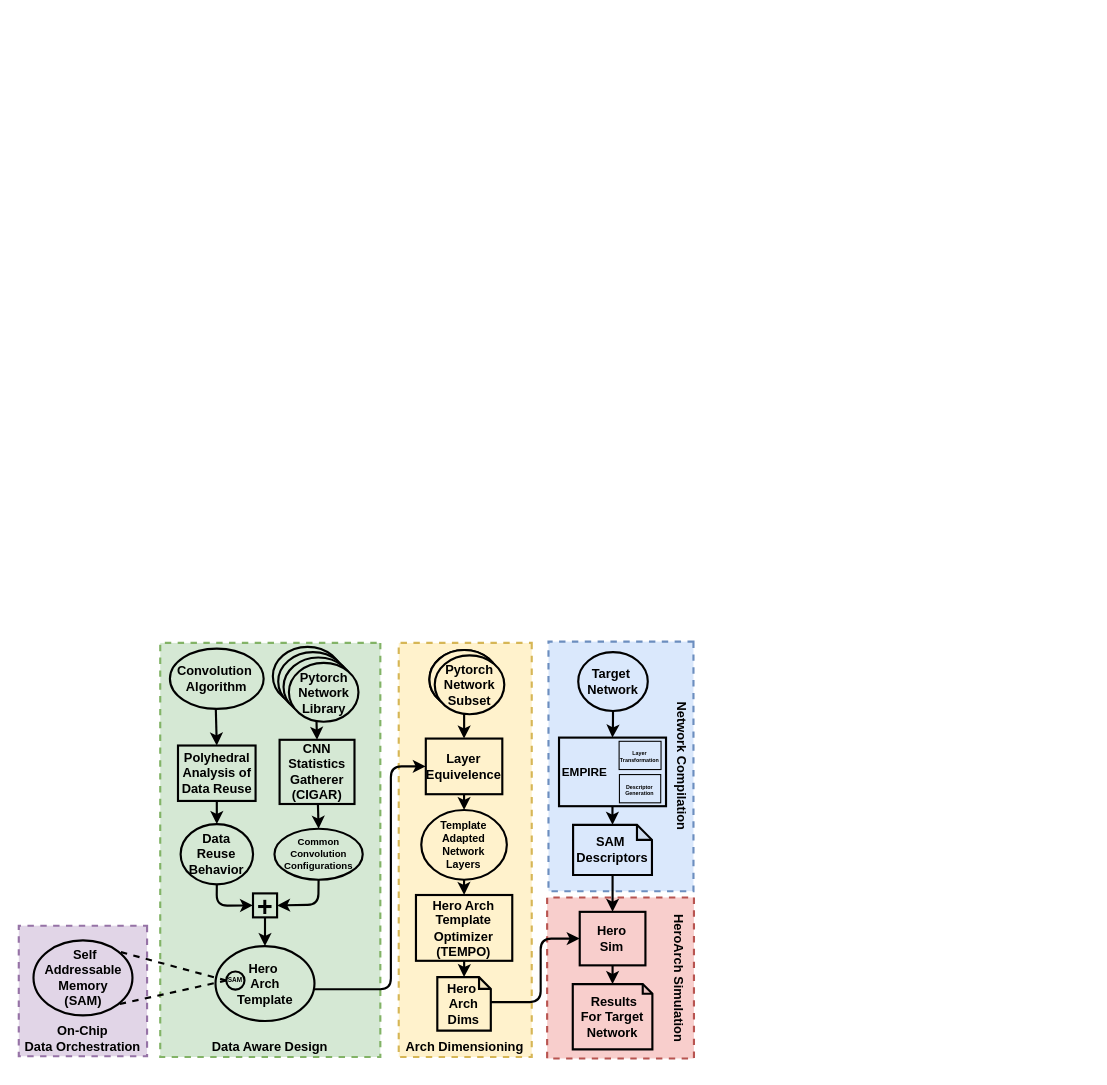
The draw.io diagram page "Page-1" (1 of 2) of FigSource/intro.drawio in asultan123/MSPaper, before the edit. Source tidied: cells renumbered, new cells numbered last; positions are measured from the earlier drawing's top-left corner, leaving out a move shared by most shapes. Both pictures are drawn from the tidied source at 107%, with x=0, y=0 at pixel (17, 646).
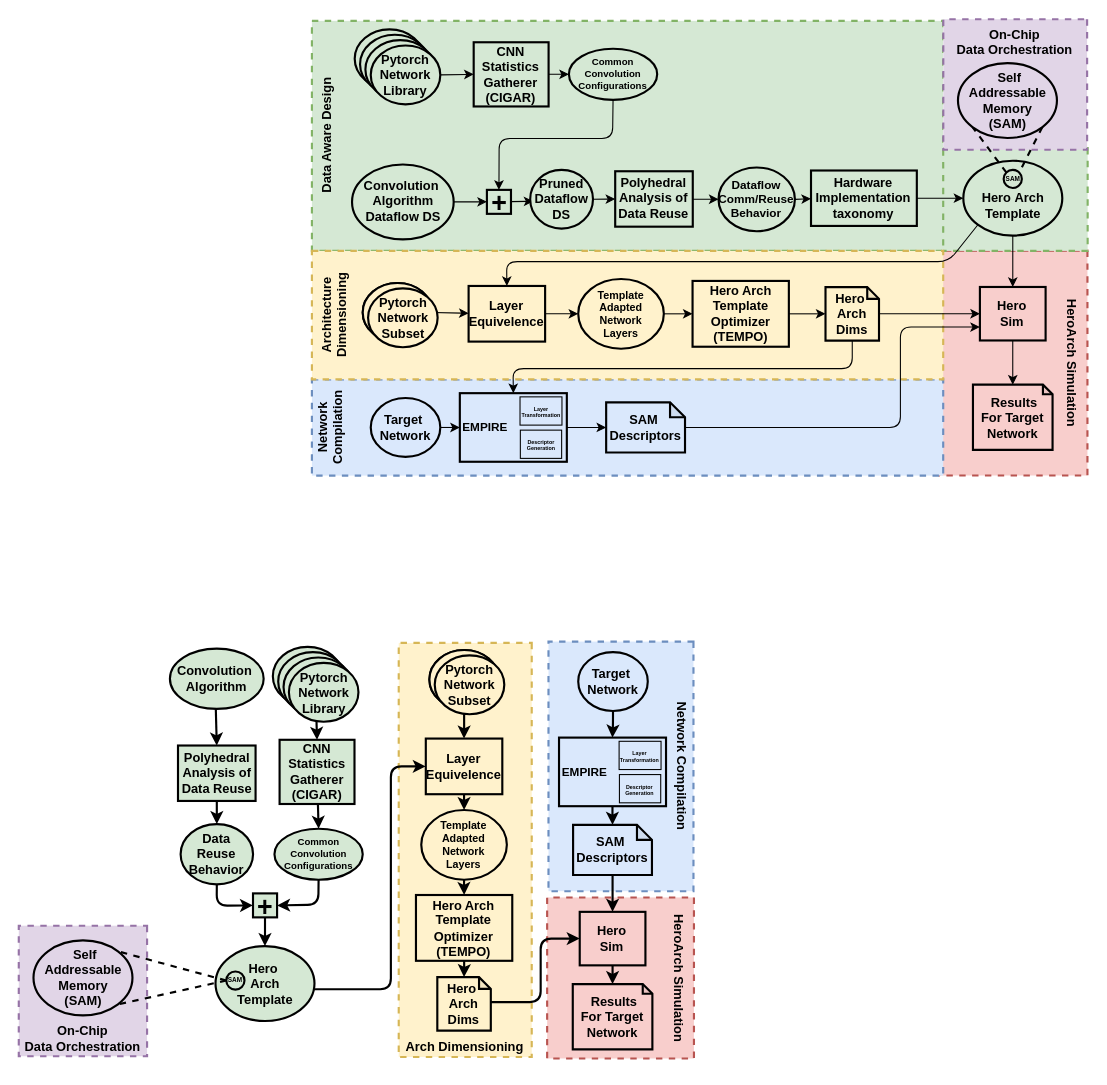
The same diagram, later.

Unchanged cells that the change refers to:
```xml
<mxCell id="13" value="SAM" style="ellipse;whiteSpace=wrap;html=1;fontSize=6;fillColor=#d5e8d4;fontStyle=1;align=center;verticalAlign=middle;strokeColor=#000000;strokeWidth=2;" parent="1" vertex="1">
  <mxGeometry x="195" y="303.4" width="17" height="17" as="geometry" />
</mxCell>
```

Diff of the diagram source:
```diff
@@
+    <mxCell id="54" value="HeroArch Simulation" style="rounded=0;whiteSpace=wrap;html=1;verticalAlign=top;horizontal=1;rotation=90;dashed=1;fillColor=#f8cecc;strokeColor=#b85450;fontStyle=1;strokeWidth=2;" parent="1" vertex="1">
+      <mxGeometry x="825.5" y="-334.4" width="210.2" height="138.4" as="geometry" />
+    </mxCell>
+    <mxCell id="55" value="Network Compilation" style="rounded=0;whiteSpace=wrap;html=1;verticalAlign=top;horizontal=0;rotation=0;dashed=1;spacingTop=-3;fillColor=#dae8fc;strokeColor=#6c8ebf;fontStyle=1;strokeWidth=2;align=center;" parent="1" vertex="1">
+      <mxGeometry x="275" y="-250" width="590" height="90" as="geometry" />
+    </mxCell>
+    <mxCell id="5" style="rounded=0;whiteSpace=wrap;html=1;verticalAlign=top;horizontal=1;rotation=0;dashed=1;fillColor=#d5e8d4;strokeColor=#82b366;fontStyle=1;strokeWidth=2;align=right;direction=south;" parent="1" vertex="1">
+      <mxGeometry x="860" y="-466.2" width="140" height="96.2" as="geometry" />
+    </mxCell>
+    <mxCell id="56" value="Data Aware Design" style="rounded=0;whiteSpace=wrap;html=1;verticalAlign=top;horizontal=0;rotation=0;dashed=1;fillColor=#d5e8d4;strokeColor=#82b366;fontStyle=1;strokeWidth=2;align=center;direction=south;" parent="1" vertex="1">
+      <mxGeometry x="275" y="-585" width="590" height="215" as="geometry" />
+    </mxCell>
+    <mxCell id="57" value="Architecture Dimensioning" style="rounded=0;whiteSpace=wrap;html=1;verticalAlign=top;horizontal=0;rotation=0;dashed=1;fillColor=#fff2cc;strokeColor=#d6b656;fontStyle=1;strokeWidth=2;align=center;" parent="1" vertex="1">
+      <mxGeometry x="275" y="-370" width="590" height="120" as="geometry" />
+    </mxCell>
+    <mxCell id="58" value="On-Chip &lt;br&gt;Data Orchestration" style="rounded=0;whiteSpace=wrap;html=1;verticalAlign=top;horizontal=0;rotation=90;dashed=1;fillColor=#e1d5e7;strokeColor=#9673a6;fontStyle=1;strokeWidth=2;" parent="1" vertex="1">
+      <mxGeometry x="871.3" y="-592.7" width="122" height="134.4" as="geometry" />
+    </mxCell>
@@
-    <mxCell id="4" style="edgeStyle=none;html=1;" parent="1" edge="1" source="5" target="13">
-      <mxGeometry relative="1" as="geometry" />
-    </mxCell>
-    <mxCell id="5" value="Data Aware Design" style="rounded=0;whiteSpace=wrap;html=1;verticalAlign=bottom;horizontal=0;rotation=90;dashed=1;fillColor=#d5e8d4;strokeColor=#82b366;fontStyle=1;strokeWidth=2;" parent="1" vertex="1">
-      <mxGeometry x="42.6" y="87" width="387" height="205.7" as="geometry" />
-    </mxCell>
@@
+    <mxCell id="59" style="edgeStyle=none;html=1;" parent="1" edge="1" source="60" target="64">
+      <mxGeometry relative="1" as="geometry" />
+    </mxCell>
+    <mxCell id="60" value="Polyhedral Analysis of Data Reuse" style="rounded=0;whiteSpace=wrap;html=1;verticalAlign=middle;horizontal=0;rotation=90;fontStyle=1;fillColor=#d5e8d4;strokeColor=#000000;strokeWidth=2;" parent="1" vertex="1">
+      <mxGeometry x="568.8" y="-454.8" width="51.8" height="72.5" as="geometry" />
+    </mxCell>
+    <mxCell id="61" style="edgeStyle=none;html=1;entryX=0.5;entryY=1;entryDx=0;entryDy=0;" parent="1" edge="1" source="62" target="66">
+      <mxGeometry relative="1" as="geometry" />
+    </mxCell>
+    <mxCell id="62" value="&lt;font style=&quot;font-size: 12px&quot;&gt;Convolution&amp;nbsp;&lt;br&gt;Algorithm&lt;br&gt;Dataflow DS&lt;br&gt;&lt;/font&gt;" style="ellipse;whiteSpace=wrap;html=1;fontStyle=1;fillColor=#d5e8d4;strokeColor=#000000;strokeWidth=2;fontSize=9;" parent="1" vertex="1">
+      <mxGeometry x="312.5" y="-450.8" width="95" height="70" as="geometry" />
+    </mxCell>
+    <mxCell id="63" style="edgeStyle=none;html=1;" parent="1" edge="1" source="64" target="70">
+      <mxGeometry relative="1" as="geometry" />
+    </mxCell>
+    <mxCell id="64" value="&lt;span style=&quot;font-size: 11px;&quot;&gt;Dataflow&lt;br&gt;Comm/Reuse&lt;br&gt;Behavior&lt;br&gt;&lt;/span&gt;" style="ellipse;whiteSpace=wrap;html=1;fontStyle=1;fillColor=#d5e8d4;strokeColor=#000000;strokeWidth=2;fontSize=9;" parent="1" vertex="1">
+      <mxGeometry x="655" y="-448" width="71.4" height="59.6" as="geometry" />
+    </mxCell>
+    <mxCell id="65" style="edgeStyle=none;html=1;entryX=0.051;entryY=0.534;entryDx=0;entryDy=0;entryPerimeter=0;" parent="1" edge="1" source="66" target="68">
+      <mxGeometry relative="1" as="geometry" />
+    </mxCell>
+    <mxCell id="66" value="+" style="rounded=0;whiteSpace=wrap;html=1;verticalAlign=middle;horizontal=0;rotation=90;fontStyle=1;fillColor=#d5e8d4;strokeColor=#000000;strokeWidth=2;fontSize=25;" parent="1" vertex="1">
+      <mxGeometry x="438.6" y="-427.1" width="22.4" height="22.5" as="geometry" />
+    </mxCell>
+    <mxCell id="67" style="edgeStyle=none;html=1;" parent="1" edge="1" source="68" target="60">
+      <mxGeometry relative="1" as="geometry" />
+    </mxCell>
+    <mxCell id="68" value="&lt;font style=&quot;font-size: 12px&quot;&gt;Pruned Dataflow DS&lt;br&gt;&lt;/font&gt;" style="ellipse;whiteSpace=wrap;html=1;fontStyle=1;fillColor=#d5e8d4;strokeColor=#000000;strokeWidth=2;fontSize=9;" parent="1" vertex="1">
+      <mxGeometry x="479" y="-445.8" width="58.7" height="55" as="geometry" />
+    </mxCell>
+    <mxCell id="69" style="edgeStyle=none;html=1;entryX=0;entryY=0.5;entryDx=0;entryDy=0;" parent="1" edge="1" source="70" target="82">
+      <mxGeometry relative="1" as="geometry" />
+    </mxCell>
+    <mxCell id="70" value="Hardware Implementation&lt;br&gt;taxonomy" style="rounded=0;whiteSpace=wrap;html=1;verticalAlign=middle;horizontal=0;rotation=90;fontStyle=1;fillColor=#d5e8d4;strokeColor=#000000;strokeWidth=2;" parent="1" vertex="1">
+      <mxGeometry x="765" y="-468.7" width="51.8" height="98.9" as="geometry" />
+    </mxCell>
+    <mxCell id="71" style="edgeStyle=none;html=1;entryX=0;entryY=0.5;entryDx=0;entryDy=0;" parent="1" edge="1" source="72" target="79">
+      <mxGeometry relative="1" as="geometry" />
+    </mxCell>
+    <mxCell id="72" value="CNN Statistics Gatherer (CIGAR)" style="rounded=0;whiteSpace=wrap;html=1;verticalAlign=middle;horizontal=0;rotation=90;fontStyle=1;fillColor=#d5e8d4;strokeColor=#000000;strokeWidth=2;" parent="1" vertex="1">
+      <mxGeometry x="431.2" y="-570" width="60" height="70" as="geometry" />
+    </mxCell>
+    <mxCell id="73" style="ellipse;whiteSpace=wrap;html=1;fontStyle=1;fillColor=#d5e8d4;strokeColor=#000000;strokeWidth=2;" parent="1" vertex="1">
+      <mxGeometry x="315" y="-577" width="65" height="55" as="geometry" />
+    </mxCell>
+    <mxCell id="74" style="ellipse;whiteSpace=wrap;html=1;fontStyle=1;fillColor=#d5e8d4;strokeColor=#000000;strokeWidth=2;" parent="1" vertex="1">
+      <mxGeometry x="320" y="-572" width="65" height="55" as="geometry" />
+    </mxCell>
+    <mxCell id="75" style="ellipse;whiteSpace=wrap;html=1;fontStyle=1;fillColor=#d5e8d4;strokeColor=#000000;strokeWidth=2;" parent="1" vertex="1">
+      <mxGeometry x="325" y="-567" width="65" height="55" as="geometry" />
+    </mxCell>
+    <mxCell id="76" style="edgeStyle=none;html=1;entryX=0.5;entryY=1;entryDx=0;entryDy=0;" parent="1" edge="1" source="77" target="72">
+      <mxGeometry relative="1" as="geometry" />
+    </mxCell>
+    <mxCell id="77" value="Pytorch&lt;br&gt;Network&lt;br&gt;Library" style="ellipse;whiteSpace=wrap;html=1;fontStyle=1;fillColor=#d5e8d4;strokeColor=#000000;strokeWidth=2;" parent="1" vertex="1">
+      <mxGeometry x="330" y="-562" width="65" height="55" as="geometry" />
+    </mxCell>
+    <mxCell id="78" style="edgeStyle=none;html=1;entryX=0;entryY=0.5;entryDx=0;entryDy=0;" parent="1" edge="1" source="79" target="66">
+      <mxGeometry relative="1" as="geometry">
+        <Array as="points">
+          <mxPoint x="556" y="-475" />
+          <mxPoint x="450" y="-475" />
+        </Array>
+      </mxGeometry>
+    </mxCell>
+    <mxCell id="79" value="Common&lt;br&gt;Convolution&lt;br&gt;Configurations" style="ellipse;whiteSpace=wrap;html=1;fontStyle=1;fillColor=#d5e8d4;strokeColor=#000000;strokeWidth=2;fontSize=9;" parent="1" vertex="1">
+      <mxGeometry x="515.2" y="-558.9" width="82.5" height="47.7" as="geometry" />
+    </mxCell>
+    <mxCell id="80" style="edgeStyle=none;html=1;entryX=0;entryY=0.5;entryDx=0;entryDy=0;exitX=0;exitY=1;exitDx=0;exitDy=0;" parent="1" edge="1" source="82" target="84">
+      <mxGeometry relative="1" as="geometry">
+        <Array as="points">
+          <mxPoint x="870" y="-360" />
+          <mxPoint x="457" y="-360" />
+        </Array>
+      </mxGeometry>
+    </mxCell>
+    <mxCell id="81" style="edgeStyle=none;html=1;entryX=0;entryY=0.5;entryDx=0;entryDy=0;" parent="1" edge="1" source="82" target="105">
+      <mxGeometry relative="1" as="geometry" />
+    </mxCell>
+    <mxCell id="82" value="&lt;br&gt;Hero&amp;nbsp;Arch&lt;br&gt;Template" style="ellipse;whiteSpace=wrap;html=1;fontStyle=1;fillColor=#d5e8d4;strokeColor=#000000;strokeWidth=2;" parent="1" vertex="1">
+      <mxGeometry x="883.8" y="-454.3" width="92.5" height="70" as="geometry" />
+    </mxCell>
+    <mxCell id="83" style="edgeStyle=none;html=1;entryX=0;entryY=0.5;entryDx=0;entryDy=0;" parent="1" edge="1" source="84" target="86">
+      <mxGeometry relative="1" as="geometry" />
+    </mxCell>
+    <mxCell id="84" value="Layer Equivelence" style="rounded=0;whiteSpace=wrap;html=1;verticalAlign=middle;horizontal=0;rotation=90;fontStyle=1;fillColor=#fff2cc;strokeColor=#000000;strokeWidth=2;" parent="1" vertex="1">
+      <mxGeometry x="431.2" y="-347" width="52" height="71.5" as="geometry" />
+    </mxCell>
+    <mxCell id="85" style="edgeStyle=none;html=1;entryX=0.5;entryY=1;entryDx=0;entryDy=0;" parent="1" edge="1" source="86" target="88">
+      <mxGeometry relative="1" as="geometry" />
+    </mxCell>
+    <mxCell id="86" value="Template &lt;br style=&quot;font-size: 10px;&quot;&gt;Adapted &lt;br style=&quot;font-size: 10px;&quot;&gt;Network &lt;br style=&quot;font-size: 10px;&quot;&gt;Layers" style="ellipse;whiteSpace=wrap;html=1;fontStyle=1;fillColor=#fff2cc;strokeColor=#000000;strokeWidth=2;fontSize=10;" parent="1" vertex="1">
+      <mxGeometry x="523.9" y="-343.8" width="80" height="65.2" as="geometry" />
+    </mxCell>
+    <mxCell id="87" style="edgeStyle=none;html=1;entryX=0;entryY=0.5;entryDx=0;entryDy=0;entryPerimeter=0;" parent="1" edge="1" source="88" target="91">
+      <mxGeometry relative="1" as="geometry" />
+    </mxCell>
+    <mxCell id="88" value="Hero Arch Template Optimizer&lt;br&gt;(TEMPO)" style="rounded=0;whiteSpace=wrap;html=1;verticalAlign=middle;horizontal=0;rotation=90;fontStyle=1;fillColor=#fff2cc;strokeColor=#000000;strokeWidth=2;" parent="1" vertex="1">
+      <mxGeometry x="645" y="-356.2" width="61.5" height="90" as="geometry" />
+    </mxCell>
+    <mxCell id="89" style="edgeStyle=none;html=1;entryX=0;entryY=0.5;entryDx=0;entryDy=0;" parent="1" edge="1" source="91" target="101">
+      <mxGeometry relative="1" as="geometry">
+        <Array as="points">
+          <mxPoint x="780" y="-260" />
+          <mxPoint x="463" y="-260" />
+        </Array>
+      </mxGeometry>
+    </mxCell>
+    <mxCell id="90" style="edgeStyle=none;html=1;entryX=0.5;entryY=1;entryDx=0;entryDy=0;" parent="1" edge="1" source="91" target="105">
+      <mxGeometry relative="1" as="geometry" />
+    </mxCell>
+    <mxCell id="91" value="Hero&amp;nbsp;&lt;br&gt;Arch&lt;br&gt;Dims" style="shape=note;whiteSpace=wrap;html=1;backgroundOutline=1;darkOpacity=0.05;verticalAlign=middle;horizontal=1;rotation=0;size=11;fontStyle=1;fillColor=#fff2cc;strokeColor=#000000;strokeWidth=2;" parent="1" vertex="1">
+      <mxGeometry x="755" y="-336.2" width="50" height="50" as="geometry" />
+    </mxCell>
+    <mxCell id="92" style="ellipse;whiteSpace=wrap;html=1;fontStyle=1;fillColor=#fff2cc;strokeColor=#000000;strokeWidth=2;" parent="1" vertex="1">
+      <mxGeometry x="322.5" y="-340" width="65" height="55" as="geometry" />
+    </mxCell>
+    <mxCell id="93" style="edgeStyle=none;html=1;" parent="1" edge="1" source="94" target="84">
+      <mxGeometry relative="1" as="geometry" />
+    </mxCell>
+    <mxCell id="94" style="ellipse;whiteSpace=wrap;html=1;fontStyle=1;fillColor=#fff2cc;strokeColor=#000000;strokeWidth=2;" parent="1" vertex="1">
+      <mxGeometry x="322.5" y="-340" width="65" height="55" as="geometry" />
+    </mxCell>
+    <mxCell id="95" value="Pytorch&lt;br&gt;Network&lt;br&gt;Subset" style="ellipse;whiteSpace=wrap;html=1;fontStyle=1;fillColor=#fff2cc;strokeColor=#000000;strokeWidth=2;" parent="1" vertex="1">
+      <mxGeometry x="327.5" y="-335" width="65" height="55" as="geometry" />
+    </mxCell>
+    <mxCell id="96" style="edgeStyle=none;html=1;entryX=0.75;entryY=1;entryDx=0;entryDy=0;" parent="1" edge="1" source="97" target="105">
+      <mxGeometry relative="1" as="geometry">
+        <Array as="points">
+          <mxPoint x="825" y="-205" />
+          <mxPoint x="825" y="-299" />
+        </Array>
+      </mxGeometry>
+    </mxCell>
+    <mxCell id="97" value="SAM&amp;nbsp;&lt;br&gt;Descriptors" style="shape=note;whiteSpace=wrap;html=1;backgroundOutline=1;darkOpacity=0.05;size=14;verticalAlign=middle;horizontal=1;rotation=0;fontStyle=1;fillColor=#dae8fc;strokeColor=#000000;strokeWidth=2;" parent="1" vertex="1">
+      <mxGeometry x="550" y="-228.5" width="73.7" height="46.9" as="geometry" />
+    </mxCell>
+    <mxCell id="98" style="edgeStyle=none;html=1;entryX=0.5;entryY=1;entryDx=0;entryDy=0;" parent="1" edge="1" source="99" target="101">
+      <mxGeometry relative="1" as="geometry" />
+    </mxCell>
+    <mxCell id="99" value="Target&amp;nbsp;&lt;br&gt;Network&lt;br&gt;" style="ellipse;whiteSpace=wrap;html=1;fontStyle=1;fillColor=#dae8fc;strokeColor=#000000;strokeWidth=2;" parent="1" vertex="1">
+      <mxGeometry x="330" y="-232.5" width="65" height="55" as="geometry" />
+    </mxCell>
+    <mxCell id="100" style="edgeStyle=none;html=1;" parent="1" edge="1" source="101" target="97">
+      <mxGeometry relative="1" as="geometry" />
+    </mxCell>
+    <mxCell id="101" value="EMPIRE" style="rounded=0;whiteSpace=wrap;html=1;verticalAlign=middle;horizontal=0;rotation=90;align=left;spacingLeft=1;fontStyle=1;fillColor=#dae8fc;strokeColor=#000000;strokeWidth=2;fontSize=11;" parent="1" vertex="1">
+      <mxGeometry x="431.2" y="-255" width="64.1" height="100" as="geometry" />
+    </mxCell>
+    <mxCell id="102" value="Layer Transformation" style="rounded=0;whiteSpace=wrap;html=1;verticalAlign=middle;horizontal=0;rotation=90;fontSize=5;fontStyle=1;fillColor=#dae8fc;strokeColor=#000000;strokeWidth=1;" parent="1" vertex="1">
+      <mxGeometry x="475.9" y="-240" width="26.4" height="39.2" as="geometry" />
+    </mxCell>
+    <mxCell id="103" value="Descriptor&lt;br&gt;Generation" style="rounded=0;whiteSpace=wrap;html=1;verticalAlign=middle;horizontal=0;rotation=90;fontSize=5;fontStyle=1;fillColor=#dae8fc;strokeColor=#000000;strokeWidth=1;" parent="1" vertex="1">
+      <mxGeometry x="475.9" y="-208.6" width="26.4" height="38.6" as="geometry" />
+    </mxCell>
+    <mxCell id="104" style="edgeStyle=none;html=1;entryX=0.5;entryY=0;entryDx=0;entryDy=0;entryPerimeter=0;" parent="1" edge="1" source="105" target="106">
+      <mxGeometry relative="1" as="geometry" />
+    </mxCell>
+    <mxCell id="105" value="Hero&lt;br&gt;Sim" style="rounded=0;whiteSpace=wrap;html=1;verticalAlign=middle;horizontal=0;rotation=90;fontStyle=1;fillColor=#f8cecc;strokeColor=#000000;strokeWidth=2;" parent="1" vertex="1">
+      <mxGeometry x="905" y="-342" width="50" height="61.4" as="geometry" />
+    </mxCell>
+    <mxCell id="106" value="&amp;nbsp;Results For&amp;nbsp;Target Network" style="shape=note;whiteSpace=wrap;html=1;backgroundOutline=1;darkOpacity=0.05;size=9;verticalAlign=middle;horizontal=1;rotation=0;fontStyle=1;fillColor=#f8cecc;strokeColor=#000000;strokeWidth=2;" parent="1" vertex="1">
+      <mxGeometry x="892.8" y="-245" width="74.4" height="61" as="geometry" />
+    </mxCell>
+    <mxCell id="107" value="SAM" style="ellipse;whiteSpace=wrap;html=1;fontSize=6;fillColor=#d5e8d4;fontStyle=1;align=center;verticalAlign=middle;strokeColor=#000000;strokeWidth=2;" parent="1" vertex="1">
+      <mxGeometry x="921.5" y="-445.8" width="17" height="17" as="geometry" />
+    </mxCell>
+    <mxCell id="108" style="endArrow=none;html=1;fontSize=12;fontColor=default;startSize=4;endSize=5;jumpStyle=arc;dashed=1;strokeWidth=2;fontStyle=1;fillColor=#d5e8d4;strokeColor=#000000;exitX=0;exitY=0;exitDx=0;exitDy=0;entryX=0;entryY=1;entryDx=0;entryDy=0;" parent="1" edge="1" source="107" target="110">
+      <mxGeometry relative="1" as="geometry" />
+    </mxCell>
+    <mxCell id="109" style="endArrow=none;html=1;fontSize=12;fontColor=default;startSize=4;endSize=5;jumpStyle=arc;dashed=1;strokeWidth=2;fontStyle=1;fillColor=#d5e8d4;strokeColor=#000000;entryX=1;entryY=0;entryDx=0;entryDy=0;exitX=1;exitY=1;exitDx=0;exitDy=0;" parent="1" edge="1" source="110" target="107">
+      <mxGeometry relative="1" as="geometry" />
+    </mxCell>
+    <mxCell id="110" value="&amp;nbsp;Self Addressable Memory &lt;br&gt;(SAM)" style="ellipse;whiteSpace=wrap;html=1;fontStyle=1;fillColor=#e1d5e7;strokeColor=#000000;strokeWidth=2;" parent="1" vertex="1">
+      <mxGeometry x="878.8" y="-545.5" width="92.5" height="70" as="geometry" />
+    </mxCell>
```
